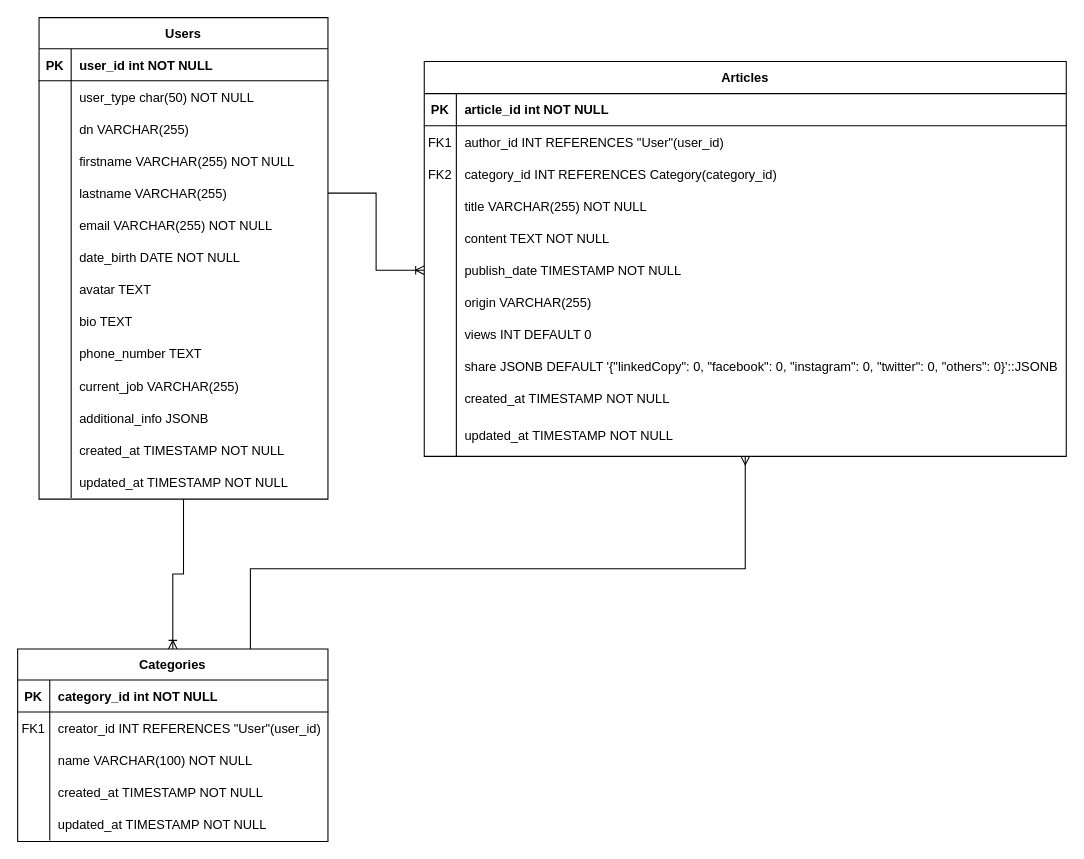
MaxR522/draw keeps this draw.io diagram as mcd-blog.drawio. Above is the earlier version. Source tidied: cells renumbered, new cells numbered last; positions are measured from the earlier drawing's top-left corner, leaving out a move shared by most shapes. Both pictures are drawn from the tidied source at 107%, with x=0, y=0 at pixel (17, 17).
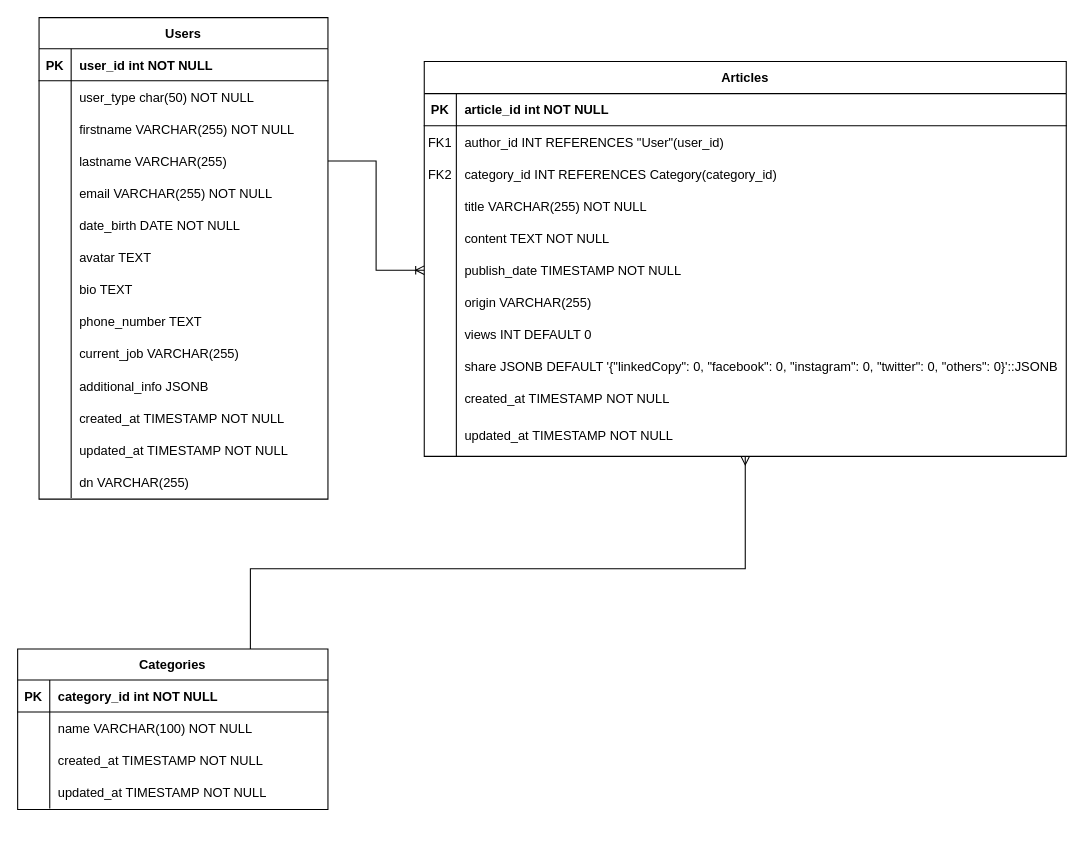
The same page after the edit.

The change refers to these unchanged cells:
```xml
<mxCell id="3" value="Users" style="shape=table;startSize=29;childLayout=tableLayout;rowLines=0;fontStyle=1;align=center;resizeLastRow=0;" parent="1" vertex="1">
  <mxGeometry x="20" width="270" height="450" as="geometry" />
</mxCell>
```

The edit, as a diff of the source:
```diff
@@
-    <mxCell id="2" style="edgeStyle=orthogonalEdgeStyle;rounded=0;jettySize=auto;html=1;exitX=0.5;exitY=1;exitDx=0;exitDy=0;entryX=0.5;entryY=0;entryDx=0;entryDy=0;endArrow=ERoneToMany;endFill=0;" parent="1" edge="1" source="3" target="81">
-      <mxGeometry relative="1" as="geometry" />
-    </mxCell>
@@
-    <mxCell id="10" style="shape=partialRectangle;fillColor=none;top=0;left=0;right=0;bottom=0;" parent="3" vertex="1">
-      <mxGeometry y="89" width="270" height="30" as="geometry" />
-    </mxCell>
-    <mxCell id="11" style="shape=partialRectangle;overflow=hidden;fillColor=none;top=0;left=0;bottom=0;right=0;" parent="10" vertex="1">
-      <mxGeometry width="30" height="30" as="geometry" />
-    </mxCell>
-    <mxCell id="12" value="dn VARCHAR(255)" style="shape=partialRectangle;overflow=hidden;fillColor=none;top=0;left=0;bottom=0;right=0;align=left;spacingLeft=6;" parent="10" vertex="1">
-      <mxGeometry x="30" width="240" height="30" as="geometry" />
-    </mxCell>
     <mxCell id="13" style="shape=partialRectangle;fillColor=none;top=0;left=0;right=0;bottom=0;" parent="3" vertex="1">
-      <mxGeometry y="119" width="270" height="30" as="geometry" />
+      <mxGeometry y="89" width="270" height="30" as="geometry" />
     </mxCell>
@@
     <mxCell id="16" style="shape=partialRectangle;fillColor=none;points=[[0,0.5],[1,0.5]];portConstraint=eastwest;top=0;left=0;right=0;bottom=0;" parent="3" vertex="1">
-      <mxGeometry y="149" width="270" height="30" as="geometry" />
+      <mxGeometry y="119" width="270" height="30" as="geometry" />
     </mxCell>
@@
     <mxCell id="19" style="shape=partialRectangle;fillColor=none;top=0;left=0;right=0;bottom=0;" parent="3" vertex="1">
-      <mxGeometry y="179" width="270" height="30" as="geometry" />
+      <mxGeometry y="149" width="270" height="30" as="geometry" />
     </mxCell>
@@
     <mxCell id="22" style="shape=partialRectangle;fillColor=none;top=0;left=0;right=0;bottom=0;" parent="3" vertex="1">
-      <mxGeometry y="209" width="270" height="30" as="geometry" />
+      <mxGeometry y="179" width="270" height="30" as="geometry" />
     </mxCell>
@@
     <mxCell id="25" style="shape=partialRectangle;fillColor=none;top=0;left=0;right=0;bottom=0;" parent="3" vertex="1">
-      <mxGeometry y="239" width="270" height="30" as="geometry" />
+      <mxGeometry y="209" width="270" height="30" as="geometry" />
     </mxCell>
@@
     <mxCell id="28" style="shape=partialRectangle;fillColor=none;top=0;left=0;right=0;bottom=0;" parent="3" vertex="1">
-      <mxGeometry y="269" width="270" height="30" as="geometry" />
+      <mxGeometry y="239" width="270" height="30" as="geometry" />
     </mxCell>
@@
     <mxCell id="31" style="shape=partialRectangle;fillColor=none;top=0;left=0;right=0;bottom=0;" parent="3" vertex="1">
-      <mxGeometry y="299" width="270" height="30" as="geometry" />
+      <mxGeometry y="269" width="270" height="30" as="geometry" />
     </mxCell>
@@
     <mxCell id="34" style="shape=partialRectangle;fillColor=none;top=0;left=0;right=0;bottom=0;" parent="3" vertex="1">
-      <mxGeometry y="329" width="270" height="30" as="geometry" />
+      <mxGeometry y="299" width="270" height="30" as="geometry" />
     </mxCell>
@@
     <mxCell id="37" style="shape=partialRectangle;fillColor=none;top=0;left=0;right=0;bottom=0;" parent="3" vertex="1">
-      <mxGeometry y="359" width="270" height="30" as="geometry" />
+      <mxGeometry y="329" width="270" height="30" as="geometry" />
     </mxCell>
@@
     <mxCell id="40" style="shape=partialRectangle;fillColor=none;top=0;left=0;right=0;bottom=0;" parent="3" vertex="1">
-      <mxGeometry y="389" width="270" height="30" as="geometry" />
+      <mxGeometry y="359" width="270" height="30" as="geometry" />
     </mxCell>
@@
     <mxCell id="43" style="shape=partialRectangle;fillColor=none;top=0;left=0;right=0;bottom=0;" parent="3" vertex="1">
-      <mxGeometry y="419" width="270" height="30" as="geometry" />
+      <mxGeometry y="389" width="270" height="30" as="geometry" />
     </mxCell>
@@
+    <mxCell id="10" style="shape=partialRectangle;fillColor=none;top=0;left=0;right=0;bottom=0;" parent="3" vertex="1">
+      <mxGeometry y="419" width="270" height="30" as="geometry" />
+    </mxCell>
+    <mxCell id="11" style="shape=partialRectangle;overflow=hidden;fillColor=none;top=0;left=0;bottom=0;right=0;" parent="10" vertex="1">
+      <mxGeometry width="30" height="30" as="geometry" />
+    </mxCell>
+    <mxCell id="12" value="dn VARCHAR(255)" style="shape=partialRectangle;overflow=hidden;fillColor=none;top=0;left=0;bottom=0;right=0;align=left;spacingLeft=6;" parent="10" vertex="1">
+      <mxGeometry x="30" width="240" height="30" as="geometry" />
+    </mxCell>
@@
     <mxCell id="81" value="Categories" style="shape=table;startSize=29;childLayout=tableLayout;rowLines=0;fontStyle=1;align=center;resizeLastRow=0;" parent="1" vertex="1">
-      <mxGeometry y="590" width="290" height="180" as="geometry" />
+      <mxGeometry y="590" width="290" height="150" as="geometry" />
     </mxCell>
@@
-    <mxCell id="85" style="shape=partialRectangle;fillColor=none;top=0;left=0;right=0;bottom=0;" parent="81" vertex="1">
-      <mxGeometry y="59" width="290" height="30" as="geometry" />
-    </mxCell>
-    <mxCell id="86" value="FK1" style="shape=partialRectangle;overflow=hidden;fillColor=none;top=0;left=0;bottom=0;right=0;" parent="85" vertex="1">
-      <mxGeometry width="30" height="30" as="geometry" />
-    </mxCell>
-    <mxCell id="87" value="creator_id INT REFERENCES &quot;User&quot;(user_id)" style="shape=partialRectangle;overflow=hidden;fillColor=none;top=0;left=0;bottom=0;right=0;align=left;spacingLeft=6;" parent="85" vertex="1">
-      <mxGeometry x="30" width="260" height="30" as="geometry" />
-    </mxCell>
     <mxCell id="88" style="shape=partialRectangle;fillColor=none;top=0;left=0;right=0;bottom=0;" parent="81" vertex="1">
-      <mxGeometry y="89" width="290" height="30" as="geometry" />
+      <mxGeometry y="59" width="290" height="30" as="geometry" />
     </mxCell>
@@
     <mxCell id="91" style="shape=partialRectangle;fillColor=none;top=0;left=0;right=0;bottom=0;" parent="81" vertex="1">
-      <mxGeometry y="119" width="290" height="30" as="geometry" />
+      <mxGeometry y="89" width="290" height="30" as="geometry" />
     </mxCell>
@@
     <mxCell id="94" style="shape=partialRectangle;fillColor=none;top=0;left=0;right=0;bottom=0;" parent="81" vertex="1">
-      <mxGeometry y="149" width="290" height="30" as="geometry" />
+      <mxGeometry y="119" width="290" height="30" as="geometry" />
     </mxCell>
```
